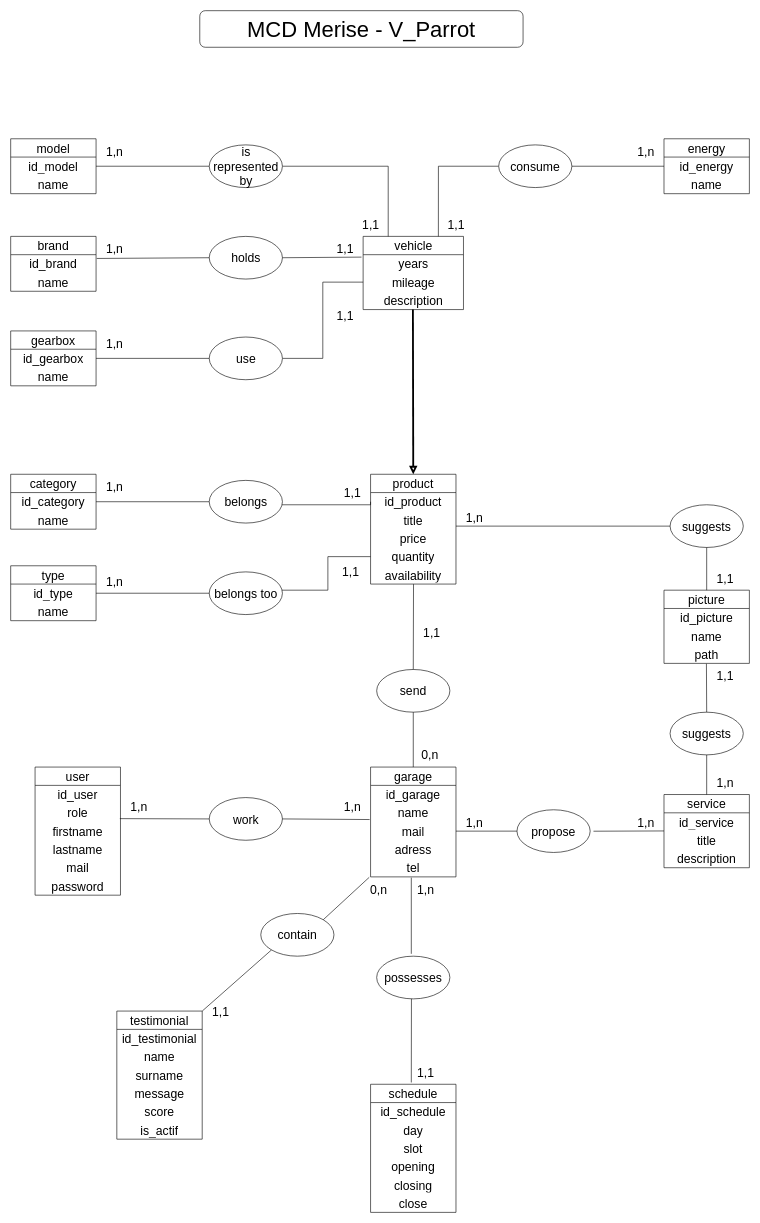
Earlier version of the draw.io diagram doc/MCD.drawio (Lykoleen/SF_V_Parrot). Source tidied: cells renumbered, new cells numbered last; positions are measured from the earlier drawing's top-left corner, leaving out a move shared by most shapes. Both pictures are drawn from the tidied source at 61%, with x=0, y=0 at pixel (10, 10).
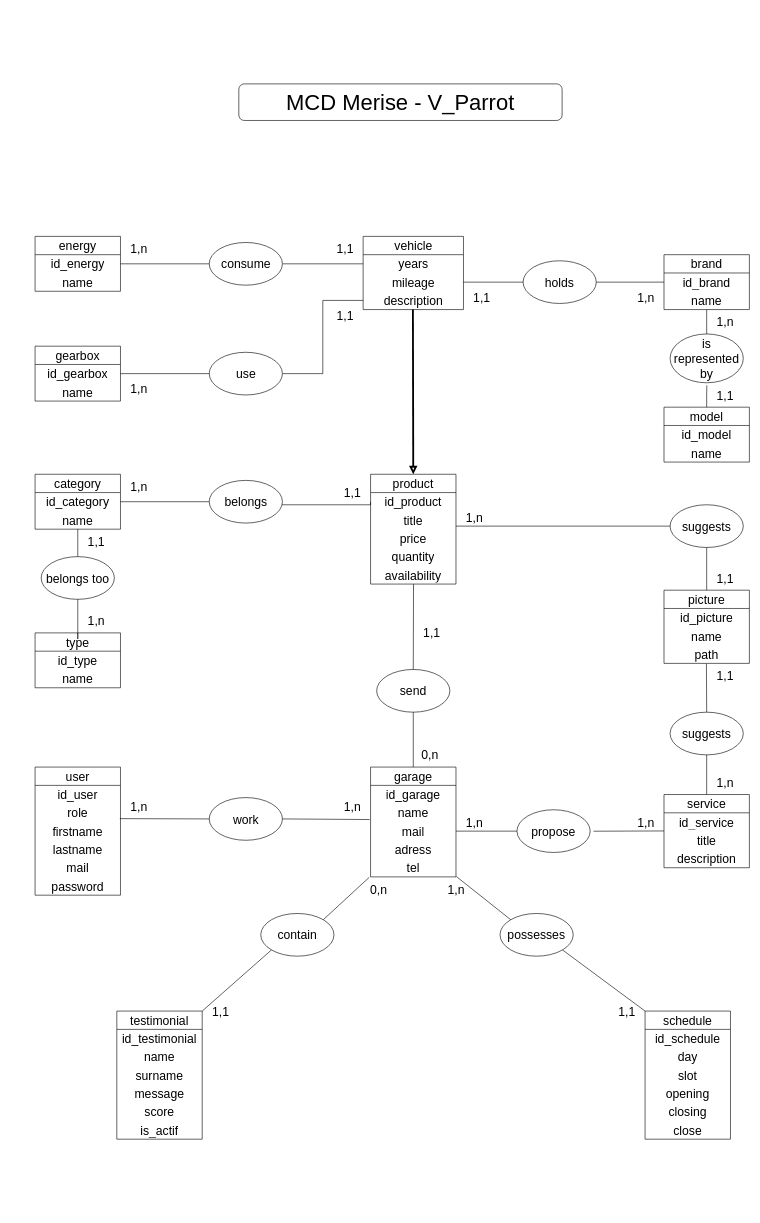
The same diagram, later.

The change refers to these unchanged cells:
```xml
<mxCell id="15" value="tel" style="text;strokeColor=none;fillColor=none;align=center;verticalAlign=middle;spacingLeft=4;spacingRight=4;overflow=hidden;points=[[0,0.5],[1,0.5]];portConstraint=eastwest;whiteSpace=wrap;html=1;fontSize=20;" parent="10" vertex="1">
  <mxGeometry y="150" width="140" height="30" as="geometry" />
</mxCell>
<mxCell id="65" value="vehicle" style="swimlane;fontStyle=0;horizontal=1;startSize=30;whiteSpace=wrap;html=1;align=center;fontSize=20;" parent="1" vertex="1">
  <mxGeometry x="577.8" y="370" width="164.5" height="120" as="geometry" />
</mxCell>
<mxCell id="66" value="years" style="text;strokeColor=none;fillColor=none;align=center;verticalAlign=middle;spacingLeft=4;spacingRight=4;overflow=hidden;points=[[0,0.5],[1,0.5]];portConstraint=eastwest;whiteSpace=wrap;html=1;fontSize=20;" parent="65" vertex="1">
  <mxGeometry y="30" width="164.5" height="30" as="geometry" />
</mxCell>
<mxCell id="67" value="mileage" style="text;strokeColor=none;fillColor=none;align=center;verticalAlign=middle;spacingLeft=4;spacingRight=4;overflow=hidden;points=[[0,0.5],[1,0.5]];portConstraint=eastwest;whiteSpace=wrap;html=1;fontSize=20;" parent="65" vertex="1">
  <mxGeometry y="60" width="164.5" height="30" as="geometry" />
</mxCell>
<mxCell id="68" value="description" style="text;strokeColor=none;fillColor=none;align=center;verticalAlign=middle;spacingLeft=4;spacingRight=4;overflow=hidden;points=[[0,0.5],[1,0.5]];portConstraint=eastwest;whiteSpace=wrap;html=1;fontSize=20;" parent="65" vertex="1">
  <mxGeometry y="90" width="164.5" height="30" as="geometry" />
</mxCell>
<mxCell id="77" value="id_brand" style="text;strokeColor=none;fillColor=none;align=center;verticalAlign=middle;spacingLeft=4;spacingRight=4;overflow=hidden;points=[[0,0.5],[1,0.5]];portConstraint=eastwest;whiteSpace=wrap;html=1;fontSize=20;" parent="76" vertex="1">
  <mxGeometry y="30" width="140" height="30" as="geometry" />
</mxCell>
<mxCell id="78" value="name" style="text;strokeColor=none;fillColor=none;align=center;verticalAlign=middle;spacingLeft=4;spacingRight=4;overflow=hidden;points=[[0,0.5],[1,0.5]];portConstraint=eastwest;whiteSpace=wrap;html=1;fontSize=20;" parent="76" vertex="1">
  <mxGeometry y="60" width="140" height="30" as="geometry" />
</mxCell>
<mxCell id="102" value="name" style="text;strokeColor=none;fillColor=none;align=center;verticalAlign=middle;spacingLeft=4;spacingRight=4;overflow=hidden;points=[[0,0.5],[1,0.5]];portConstraint=eastwest;whiteSpace=wrap;html=1;fontSize=20;" parent="100" vertex="1">
  <mxGeometry y="60" width="140" height="30" as="geometry" />
</mxCell>
<mxCell id="104" value="id_type" style="text;strokeColor=none;fillColor=none;align=center;verticalAlign=middle;spacingLeft=4;spacingRight=4;overflow=hidden;points=[[0,0.5],[1,0.5]];portConstraint=eastwest;whiteSpace=wrap;html=1;fontSize=20;" parent="103" vertex="1">
  <mxGeometry y="30" width="140" height="30" as="geometry" />
</mxCell>
<mxCell id="123" value="id_energy" style="text;strokeColor=none;fillColor=none;align=center;verticalAlign=middle;spacingLeft=4;spacingRight=4;overflow=hidden;points=[[0,0.5],[1,0.5]];portConstraint=eastwest;whiteSpace=wrap;html=1;fontSize=20;" parent="122" vertex="1">
  <mxGeometry y="30" width="140" height="30" as="geometry" />
</mxCell>
```

The edit, as a diff of the source:
```diff
@@
     <mxCell id="2" value="&lt;font style=&quot;font-size: 36px;&quot;&gt;MCD Merise - V_Parrot&lt;/font&gt;" style="rounded=1;whiteSpace=wrap;html=1;" parent="1" vertex="1">
-      <mxGeometry x="310" width="530" height="60" as="geometry" />
+      <mxGeometry x="374" y="120" width="530" height="60" as="geometry" />
     </mxCell>
     <mxCell id="3" value="schedule" style="swimlane;fontStyle=0;horizontal=1;startSize=30;whiteSpace=wrap;html=1;align=center;fontSize=20;" parent="1" vertex="1">
-      <mxGeometry x="590" y="1760" width="140" height="210" as="geometry" />
+      <mxGeometry x="1040" y="1640" width="140" height="210" as="geometry" />
     </mxCell>
@@
     <mxCell id="16" value="possesses" style="ellipse;whiteSpace=wrap;html=1;fontSize=20;" parent="1" vertex="1">
-      <mxGeometry x="600" y="1550" width="120" height="70" as="geometry" />
+      <mxGeometry x="802.2" y="1480" width="120" height="70" as="geometry" />
     </mxCell>
-    <mxCell id="17" style="endArrow=none;html=1;rounded=0;entryX=0.477;entryY=1.043;entryDx=0;entryDy=0;entryPerimeter=0;exitX=0.473;exitY=-0.055;exitDx=0;exitDy=0;exitPerimeter=0;" parent="1" edge="1" source="16" target="15">
+    <mxCell id="17" style="endArrow=none;html=1;rounded=0;entryX=1.005;entryY=0.983;entryDx=0;entryDy=0;entryPerimeter=0;exitX=0;exitY=0;exitDx=0;exitDy=0;" parent="1" edge="1" source="16" target="15">
       <mxGeometry relative="1" as="geometry" />
     </mxCell>
     <mxCell id="18" value="1,n" style="text;html=1;align=center;verticalAlign=middle;strokeColor=none;fillColor=none;fontSize=20;" parent="1" vertex="1">
-      <mxGeometry x="650" y="1420" width="60" height="40" as="geometry" />
+      <mxGeometry x="700" y="1420" width="60" height="40" as="geometry" />
     </mxCell>
-    <mxCell id="19" style="endArrow=none;html=1;rounded=0;entryX=0.477;entryY=1.043;entryDx=0;entryDy=0;entryPerimeter=0;exitX=0.477;exitY=-0.014;exitDx=0;exitDy=0;exitPerimeter=0;" parent="1" edge="1" source="3">
-      <mxGeometry relative="1" as="geometry">
-        <mxPoint x="657" y="1620" as="targetPoint" />
-      </mxGeometry>
+    <mxCell id="19" style="endArrow=none;html=1;rounded=0;entryX=1;entryY=1;entryDx=0;entryDy=0;exitX=0;exitY=0;exitDx=0;exitDy=0;" parent="1" edge="1" source="3" target="16">
+      <mxGeometry relative="1" as="geometry" />
     </mxCell>
     <mxCell id="20" value="1,1" style="text;html=1;align=center;verticalAlign=middle;strokeColor=none;fillColor=none;fontSize=20;" parent="1" vertex="1">
-      <mxGeometry x="650" y="1720" width="60" height="40" as="geometry" />
+      <mxGeometry x="980" y="1620" width="60" height="40" as="geometry" />
     </mxCell>
@@
     <mxCell id="70" value="gearbox" style="swimlane;fontStyle=0;horizontal=1;startSize=30;whiteSpace=wrap;html=1;align=center;fontSize=20;" parent="1" vertex="1">
-      <mxGeometry y="525" width="140" height="90" as="geometry" />
+      <mxGeometry x="40" y="550" width="140" height="90" as="geometry" />
     </mxCell>
@@
-    <mxCell id="73" style="edgeStyle=orthogonalEdgeStyle;rounded=0;jettySize=auto;html=1;entryX=0;entryY=0.5;entryDx=0;entryDy=0;exitX=1;exitY=0.5;exitDx=0;exitDy=0;endArrow=none;endFill=0;" parent="1" edge="1" source="74" target="67">
+    <mxCell id="73" style="edgeStyle=orthogonalEdgeStyle;rounded=0;jettySize=auto;html=1;entryX=0;entryY=0.5;entryDx=0;entryDy=0;exitX=1;exitY=0.5;exitDx=0;exitDy=0;endArrow=none;endFill=0;" parent="1" edge="1" source="74" target="68">
       <mxGeometry relative="1" as="geometry" />
     </mxCell>
     <mxCell id="74" value="use" style="ellipse;whiteSpace=wrap;html=1;fontSize=20;" parent="1" vertex="1">
-      <mxGeometry x="325.5" y="535" width="120" height="70" as="geometry" />
+      <mxGeometry x="325.5" y="560" width="120" height="70" as="geometry" />
     </mxCell>
@@
     <mxCell id="76" value="brand" style="swimlane;fontStyle=0;horizontal=1;startSize=30;whiteSpace=wrap;html=1;align=center;fontSize=20;" parent="1" vertex="1">
-      <mxGeometry y="370" width="140" height="90" as="geometry" />
+      <mxGeometry x="1071" y="400" width="140" height="90" as="geometry" />
     </mxCell>
@@
     <mxCell id="79" value="holds" style="ellipse;whiteSpace=wrap;html=1;fontSize=20;" parent="1" vertex="1">
-      <mxGeometry x="325.5" y="370" width="120" height="70" as="geometry" />
+      <mxGeometry x="840" y="410" width="120" height="70" as="geometry" />
     </mxCell>
-    <mxCell id="80" style="endArrow=none;html=1;rounded=0;exitX=1.008;exitY=0.207;exitDx=0;exitDy=0;entryX=0;entryY=0.5;entryDx=0;entryDy=0;exitPerimeter=0;" parent="1" edge="1" source="77" target="79">
-      <mxGeometry relative="1" as="geometry" />
-    </mxCell>
-    <mxCell id="81" style="endArrow=none;html=1;rounded=0;entryX=1;entryY=0.5;entryDx=0;entryDy=0;exitX=-0.016;exitY=0.133;exitDx=0;exitDy=0;exitPerimeter=0;" parent="1" edge="1" target="79">
-      <mxGeometry relative="1" as="geometry">
-        <mxPoint x="575.1" y="404" as="sourcePoint" />
-      </mxGeometry>
+    <mxCell id="81" style="endArrow=none;html=1;rounded=0;entryX=0;entryY=0.5;entryDx=0;entryDy=0;exitX=1;exitY=0.5;exitDx=0;exitDy=0;" parent="1" edge="1" source="67" target="79">
+      <mxGeometry relative="1" as="geometry" />
     </mxCell>
     <mxCell id="82" value="1,n" style="text;html=1;align=center;verticalAlign=middle;strokeColor=none;fillColor=none;fontSize=20;" parent="1" vertex="1">
-      <mxGeometry x="140" y="525" width="60" height="40" as="geometry" />
+      <mxGeometry x="180" y="600" width="60" height="40" as="geometry" />
     </mxCell>
@@
     <mxCell id="84" value="1,1" style="text;html=1;align=center;verticalAlign=middle;strokeColor=none;fillColor=none;fontSize=20;" parent="1" vertex="1">
-      <mxGeometry x="517.8" y="370" width="60" height="40" as="geometry" />
+      <mxGeometry x="742.2" y="450" width="60" height="40" as="geometry" />
     </mxCell>
     <mxCell id="85" value="1,n" style="text;html=1;align=center;verticalAlign=middle;strokeColor=none;fillColor=none;fontSize=20;" parent="1" vertex="1">
-      <mxGeometry x="140" y="370" width="60" height="40" as="geometry" />
+      <mxGeometry x="1141" y="490" width="60" height="40" as="geometry" />
     </mxCell>
@@
     <mxCell id="100" value="category" style="swimlane;fontStyle=0;horizontal=1;startSize=30;whiteSpace=wrap;html=1;align=center;fontSize=20;" parent="1" vertex="1">
-      <mxGeometry y="760" width="140" height="90" as="geometry" />
+      <mxGeometry x="40" y="760" width="140" height="90" as="geometry" />
     </mxCell>
@@
     <mxCell id="103" value="type" style="swimlane;fontStyle=0;horizontal=1;startSize=30;whiteSpace=wrap;html=1;align=center;fontSize=20;" parent="1" vertex="1">
-      <mxGeometry y="910" width="140" height="90" as="geometry" />
+      <mxGeometry x="40" y="1020" width="140" height="90" as="geometry" />
     </mxCell>
@@
-    <mxCell id="109" style="edgeStyle=orthogonalEdgeStyle;rounded=0;jettySize=auto;html=1;entryX=0;entryY=0.5;entryDx=0;entryDy=0;endArrow=none;endFill=0;" parent="1" edge="1" source="110">
-      <mxGeometry relative="1" as="geometry">
-        <mxPoint x="590" y="895" as="targetPoint" />
-        <Array as="points">
-          <mxPoint x="520" y="950" />
-          <mxPoint x="520" y="895" />
-        </Array>
-      </mxGeometry>
-    </mxCell>
     <mxCell id="110" value="belongs too" style="ellipse;whiteSpace=wrap;html=1;fontSize=20;" parent="1" vertex="1">
-      <mxGeometry x="325.5" y="920" width="120" height="70" as="geometry" />
+      <mxGeometry x="50" y="895" width="120" height="70" as="geometry" />
     </mxCell>
@@
     <mxCell id="112" value="1,n" style="text;html=1;align=center;verticalAlign=middle;strokeColor=none;fillColor=none;fontSize=20;" parent="1" vertex="1">
-      <mxGeometry x="140" y="760" width="60" height="40" as="geometry" />
+      <mxGeometry x="180" y="760" width="60" height="40" as="geometry" />
     </mxCell>
-    <mxCell id="113" style="edgeStyle=orthogonalEdgeStyle;rounded=0;jettySize=auto;html=1;exitX=1;exitY=0.5;exitDx=0;exitDy=0;entryX=0;entryY=0.5;entryDx=0;entryDy=0;endArrow=none;endFill=0;" parent="1" edge="1" source="104" target="110">
-      <mxGeometry relative="1" as="geometry" />
+    <mxCell id="113" style="edgeStyle=orthogonalEdgeStyle;rounded=0;jettySize=auto;html=1;exitX=0.5;exitY=0;exitDx=0;exitDy=0;entryX=0.5;entryY=1;entryDx=0;entryDy=0;endArrow=none;endFill=0;" parent="1" edge="1" source="103" target="110">
+      <mxGeometry relative="1" as="geometry">
+        <Array as="points">
+          <mxPoint x="110" y="1030" />
+          <mxPoint x="110" y="1030" />
+        </Array>
+      </mxGeometry>
     </mxCell>
     <mxCell id="114" value="1,1" style="text;html=1;align=center;verticalAlign=middle;strokeColor=none;fillColor=none;fontSize=20;" parent="1" vertex="1">
-      <mxGeometry x="527" y="900" width="60" height="40" as="geometry" />
+      <mxGeometry x="110" y="850" width="60" height="40" as="geometry" />
     </mxCell>
     <mxCell id="115" value="1,n" style="text;html=1;align=center;verticalAlign=middle;strokeColor=none;fillColor=none;fontSize=20;" parent="1" vertex="1">
-      <mxGeometry x="140" y="915" width="60" height="40" as="geometry" />
+      <mxGeometry x="110" y="980" width="60" height="40" as="geometry" />
     </mxCell>
-    <mxCell id="116" style="edgeStyle=orthogonalEdgeStyle;rounded=0;jettySize=auto;html=1;entryX=0;entryY=0.5;entryDx=0;entryDy=0;endArrow=none;endFill=0;" parent="1" edge="1" source="117" target="121">
-      <mxGeometry relative="1" as="geometry" />
-    </mxCell>
     <mxCell id="117" value="model" style="swimlane;fontStyle=0;horizontal=1;startSize=30;whiteSpace=wrap;html=1;align=center;fontSize=20;" parent="1" vertex="1">
-      <mxGeometry y="210" width="140" height="90" as="geometry" />
+      <mxGeometry x="1071" y="650" width="140" height="90" as="geometry" />
     </mxCell>
@@
-    <mxCell id="120" style="edgeStyle=orthogonalEdgeStyle;rounded=0;jettySize=auto;html=1;entryX=0.25;entryY=0;entryDx=0;entryDy=0;endArrow=none;endFill=0;" parent="1" edge="1" source="121" target="65">
-      <mxGeometry relative="1" as="geometry" />
-    </mxCell>
     <mxCell id="121" value="is represented by" style="ellipse;whiteSpace=wrap;html=1;fontSize=20;" parent="1" vertex="1">
-      <mxGeometry x="325.5" y="220" width="120" height="70" as="geometry" />
+      <mxGeometry x="1081" y="530" width="120" height="80" as="geometry" />
     </mxCell>
     <mxCell id="122" value="energy" style="swimlane;fontStyle=0;horizontal=1;startSize=30;whiteSpace=wrap;html=1;align=center;fontSize=20;" parent="1" vertex="1">
-      <mxGeometry x="1071" y="210" width="140" height="90" as="geometry" />
+      <mxGeometry x="40" y="370" width="140" height="90" as="geometry" />
     </mxCell>
@@
-    <mxCell id="125" style="edgeStyle=orthogonalEdgeStyle;rounded=0;jettySize=auto;html=1;entryX=0.75;entryY=0;entryDx=0;entryDy=0;endArrow=none;endFill=0;" parent="1" edge="1" source="127" target="65">
+    <mxCell id="125" style="edgeStyle=orthogonalEdgeStyle;rounded=0;jettySize=auto;html=1;entryX=0;entryY=0.5;entryDx=0;entryDy=0;endArrow=none;endFill=0;" parent="1" edge="1" source="127" target="66">
       <mxGeometry relative="1" as="geometry" />
     </mxCell>
-    <mxCell id="126" style="edgeStyle=orthogonalEdgeStyle;rounded=0;jettySize=auto;html=1;entryX=0;entryY=0.5;entryDx=0;entryDy=0;endArrow=none;endFill=0;" parent="1" edge="1" source="127" target="123">
+    <mxCell id="126" style="edgeStyle=orthogonalEdgeStyle;rounded=0;jettySize=auto;html=1;entryX=1;entryY=0.5;entryDx=0;entryDy=0;endArrow=none;endFill=0;" parent="1" edge="1" source="127" target="123">
       <mxGeometry relative="1" as="geometry" />
     </mxCell>
     <mxCell id="127" value="consume" style="ellipse;whiteSpace=wrap;html=1;fontSize=20;" parent="1" vertex="1">
-      <mxGeometry x="800" y="220" width="120" height="70" as="geometry" />
+      <mxGeometry x="325.5" y="380" width="120" height="70" as="geometry" />
     </mxCell>
     <mxCell id="128" value="1,1" style="text;html=1;align=center;verticalAlign=middle;strokeColor=none;fillColor=none;fontSize=20;" parent="1" vertex="1">
-      <mxGeometry x="560" y="330" width="60" height="40" as="geometry" />
+      <mxGeometry x="1141" y="610" width="60" height="40" as="geometry" />
     </mxCell>
     <mxCell id="129" value="1,1" style="text;html=1;align=center;verticalAlign=middle;strokeColor=none;fillColor=none;fontSize=20;" parent="1" vertex="1">
-      <mxGeometry x="700" y="330" width="60" height="40" as="geometry" />
+      <mxGeometry x="517.8" y="370" width="60" height="40" as="geometry" />
     </mxCell>
     <mxCell id="130" value="1,n" style="text;html=1;align=center;verticalAlign=middle;strokeColor=none;fillColor=none;fontSize=20;" parent="1" vertex="1">
-      <mxGeometry x="140" y="210" width="60" height="40" as="geometry" />
+      <mxGeometry x="1011" y="450" width="60" height="40" as="geometry" />
     </mxCell>
     <mxCell id="131" value="1,n" style="text;html=1;align=center;verticalAlign=middle;strokeColor=none;fillColor=none;fontSize=20;" parent="1" vertex="1">
-      <mxGeometry x="1011" y="210" width="60" height="40" as="geometry" />
+      <mxGeometry x="180" y="370" width="60" height="40" as="geometry" />
     </mxCell>
+    <mxCell id="132" style="edgeStyle=orthogonalEdgeStyle;rounded=0;jettySize=auto;html=1;entryX=0.5;entryY=1;entryDx=0;entryDy=0;entryPerimeter=0;endArrow=none;endFill=0;" parent="1" edge="1" source="110" target="102">
+      <mxGeometry relative="1" as="geometry" />
+    </mxCell>
+    <mxCell id="80" style="edgeStyle=orthogonalEdgeStyle;rounded=0;jettySize=auto;html=1;entryX=1;entryY=0.5;entryDx=0;entryDy=0;endArrow=none;endFill=0;" parent="1" edge="1" source="77" target="79">
+      <mxGeometry relative="1" as="geometry" />
+    </mxCell>
+    <mxCell id="116" style="edgeStyle=orthogonalEdgeStyle;rounded=0;jettySize=auto;html=1;entryX=0.502;entryY=1.053;entryDx=0;entryDy=0;entryPerimeter=0;endArrow=none;endFill=0;" parent="1" edge="1" source="117" target="121">
+      <mxGeometry relative="1" as="geometry" />
+    </mxCell>
+    <mxCell id="133" style="edgeStyle=orthogonalEdgeStyle;rounded=0;jettySize=auto;html=1;entryX=0.5;entryY=1;entryDx=0;entryDy=0;entryPerimeter=0;endArrow=none;endFill=0;" parent="1" edge="1" source="121" target="78">
+      <mxGeometry relative="1" as="geometry" />
+    </mxCell>
```
